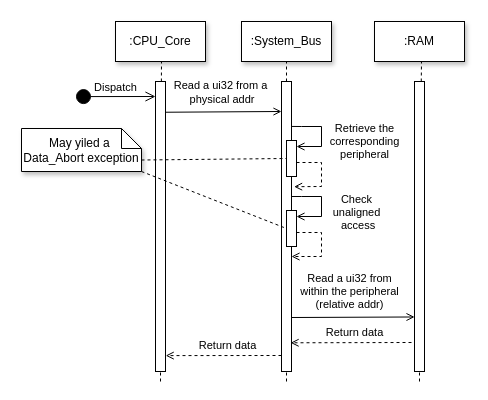
The draw.io diagram docs/diagrams/bus/bus_sequence_diagram.drawio in silhavyj/ZeroMate, before the edit. Source tidied: cells renumbered, new cells numbered last; positions are measured from the earlier drawing's top-left corner, leaving out a move shared by most shapes. Both pictures are drawn from the tidied source at 100%, with x=0, y=0 at pixel (21, 21).
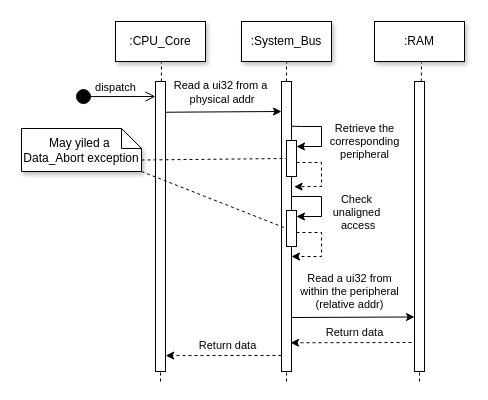
The same page after the edit.

Unchanged cells that the change refers to:
```xml
<mxCell id="7" style="rounded=0;whiteSpace=wrap;html=1;" parent="1" vertex="1">
  <mxGeometry x="134" y="60" width="10" height="290" as="geometry" />
</mxCell>
<mxCell id="9" style="rounded=0;whiteSpace=wrap;html=1;" parent="1" vertex="1">
  <mxGeometry x="260" y="60" width="10" height="290" as="geometry" />
</mxCell>
<mxCell id="13" style="rounded=0;whiteSpace=wrap;html=1;" parent="1" vertex="1">
  <mxGeometry x="265" y="119" width="10" height="36" as="geometry" />
</mxCell>
<mxCell id="20" style="rounded=0;whiteSpace=wrap;html=1;" parent="1" vertex="1">
  <mxGeometry x="393" y="60" width="10" height="290" as="geometry" />
</mxCell>
<mxCell id="27" style="rounded=0;whiteSpace=wrap;html=1;" parent="1" vertex="1">
  <mxGeometry x="265" y="189" width="10" height="36" as="geometry" />
</mxCell>
```

Diff of the diagram source:
```diff
@@
-    <mxCell id="10" style="endArrow=open;html=1;rounded=0;entryX=0;entryY=0.091;entryDx=0;entryDy=0;entryPerimeter=0;exitX=0.98;exitY=0.106;exitDx=0;exitDy=0;exitPerimeter=0;endFill=0;" parent="1" edge="1" source="7">
+    <mxCell id="10" style="endArrow=classic;html=1;rounded=0;entryX=0;entryY=0.091;entryDx=0;entryDy=0;entryPerimeter=0;exitX=0.98;exitY=0.106;exitDx=0;exitDy=0;exitPerimeter=0;" parent="1" edge="1" source="7">
       <mxGeometry relative="1" as="geometry">
         <mxPoint x="260" y="90" as="targetPoint" />
       </mxGeometry>
     </mxCell>
@@
-    <mxCell id="12" value="Dispatch" style="html=1;verticalAlign=bottom;startArrow=circle;startFill=1;endArrow=open;startSize=6;endSize=8;edgeStyle=elbowEdgeStyle;elbow=vertical;curved=0;rounded=0;fontFamily=Computer Modern;" parent="1" edge="1">
+    <mxCell id="12" value="dispatch" style="html=1;verticalAlign=bottom;startArrow=circle;startFill=1;endArrow=open;startSize=6;endSize=8;edgeStyle=elbowEdgeStyle;elbow=vertical;curved=0;rounded=0;fontFamily=Computer Modern;" parent="1" edge="1">
       <mxGeometry relative="1" as="geometry">
         <mxPoint x="54" y="75.1" as="sourcePoint" />
         <mxPoint x="134" y="75.1" as="targetPoint" />
       </mxGeometry>
     </mxCell>
@@
-    <mxCell id="14" style="endArrow=open;html=1;rounded=0;exitX=0.966;exitY=0.155;exitDx=0;exitDy=0;exitPerimeter=0;entryX=1;entryY=0.167;entryDx=0;entryDy=0;entryPerimeter=0;endFill=0;" parent="1" edge="1" source="9" target="13">
+    <mxCell id="14" style="endArrow=classic;html=1;rounded=0;exitX=1.02;exitY=0.124;exitDx=0;exitDy=0;exitPerimeter=0;entryX=1;entryY=0.167;entryDx=0;entryDy=0;entryPerimeter=0;" parent="1" edge="1" target="13">
       <mxGeometry relative="1" as="geometry">
+        <mxPoint x="270.2" y="104.7" as="sourcePoint" />
         <Array as="points">
           <mxPoint x="280" y="105" />
           <mxPoint x="300" y="105" />
           <mxPoint x="300" y="125" />
         </Array>
       </mxGeometry>
     </mxCell>
@@
-    <mxCell id="16" style="endArrow=open;html=1;rounded=0;exitX=1.031;exitY=0.16;exitDx=0;exitDy=0;exitPerimeter=0;dashed=1;entryX=1.26;entryY=0.313;entryDx=0;entryDy=0;entryPerimeter=0;endFill=0;" parent="1" edge="1">
+    <mxCell id="16" style="endArrow=classic;html=1;rounded=0;exitX=1.031;exitY=0.16;exitDx=0;exitDy=0;exitPerimeter=0;dashed=1;entryX=1.26;entryY=0.313;entryDx=0;entryDy=0;entryPerimeter=0;" parent="1" edge="1">
       <mxGeometry relative="1" as="geometry">
         <mxPoint x="275" y="141" as="sourcePoint" />
         <mxPoint x="272.6" y="165.2" as="targetPoint" />
         <Array as="points">
           <mxPoint x="300" y="141" />
           <mxPoint x="300" y="165" />
         </Array>
       </mxGeometry>
     </mxCell>
@@
-    <mxCell id="21" style="endArrow=open;html=1;rounded=0;exitX=1.067;exitY=0.091;exitDx=0;exitDy=0;exitPerimeter=0;entryX=0.006;entryY=0.812;entryDx=0;entryDy=0;entryPerimeter=0;endFill=0;" parent="1" edge="1" target="20">
+    <mxCell id="21" style="endArrow=classic;html=1;rounded=0;exitX=1.067;exitY=0.091;exitDx=0;exitDy=0;exitPerimeter=0;entryX=0.006;entryY=0.812;entryDx=0;entryDy=0;entryPerimeter=0;" parent="1" edge="1" target="20">
       <mxGeometry relative="1" as="geometry">
         <mxPoint x="270" y="296" as="sourcePoint" />
       </mxGeometry>
     </mxCell>
@@
-    <mxCell id="23" style="endArrow=open;html=1;rounded=0;entryX=0.91;entryY=0.906;entryDx=0;entryDy=0;entryPerimeter=0;dashed=1;endFill=0;" parent="1" edge="1">
+    <mxCell id="23" style="endArrow=classic;html=1;rounded=0;entryX=0.91;entryY=0.906;entryDx=0;entryDy=0;entryPerimeter=0;dashed=1;" parent="1" edge="1">
       <mxGeometry relative="1" as="geometry">
         <mxPoint x="390" y="321" as="sourcePoint" />
         <mxPoint x="269.1" y="321.3" as="targetPoint" />
       </mxGeometry>
     </mxCell>
@@
-    <mxCell id="25" style="endArrow=open;html=1;rounded=0;exitX=-0.046;exitY=0.907;exitDx=0;exitDy=0;exitPerimeter=0;dashed=1;entryX=1.016;entryY=0.894;entryDx=0;entryDy=0;entryPerimeter=0;endFill=0;" parent="1" edge="1">
+    <mxCell id="25" style="endArrow=classic;html=1;rounded=0;exitX=-0.046;exitY=0.907;exitDx=0;exitDy=0;exitPerimeter=0;dashed=1;entryX=1.016;entryY=0.894;entryDx=0;entryDy=0;entryPerimeter=0;" parent="1" edge="1">
       <mxGeometry relative="1" as="geometry">
         <mxPoint x="260" y="334" as="sourcePoint" />
         <mxPoint x="144.2" y="334.1" as="targetPoint" />
       </mxGeometry>
     </mxCell>
@@
-    <mxCell id="28" style="endArrow=open;html=1;rounded=0;exitX=1.043;exitY=0.182;exitDx=0;exitDy=0;exitPerimeter=0;entryX=1;entryY=0.167;entryDx=0;entryDy=0;entryPerimeter=0;endFill=0;" parent="1" edge="1" target="27">
+    <mxCell id="28" style="endArrow=classic;html=1;rounded=0;exitX=1.043;exitY=0.182;exitDx=0;exitDy=0;exitPerimeter=0;entryX=1;entryY=0.167;entryDx=0;entryDy=0;entryPerimeter=0;" parent="1" edge="1" target="27">
       <mxGeometry relative="1" as="geometry">
         <mxPoint x="270" y="175" as="sourcePoint" />
         <Array as="points">
           <mxPoint x="280" y="175" />
           <mxPoint x="300" y="175" />
           <mxPoint x="300" y="195" />
         </Array>
       </mxGeometry>
     </mxCell>
-    <mxCell id="29" style="endArrow=open;html=1;rounded=0;exitX=1.031;exitY=0.16;exitDx=0;exitDy=0;exitPerimeter=0;dashed=1;entryX=1.037;entryY=0.454;entryDx=0;entryDy=0;entryPerimeter=0;endFill=0;" parent="1" edge="1">
+    <mxCell id="29" style="endArrow=classic;html=1;rounded=0;exitX=1.031;exitY=0.16;exitDx=0;exitDy=0;exitPerimeter=0;dashed=1;entryX=1.037;entryY=0.454;entryDx=0;entryDy=0;entryPerimeter=0;" parent="1" edge="1">
       <mxGeometry relative="1" as="geometry">
         <mxPoint x="275" y="211" as="sourcePoint" />
         <mxPoint x="270" y="235" as="targetPoint" />
         <Array as="points">
           <mxPoint x="300" y="211" />
           <mxPoint x="300" y="235" />
         </Array>
       </mxGeometry>
     </mxCell>
```
